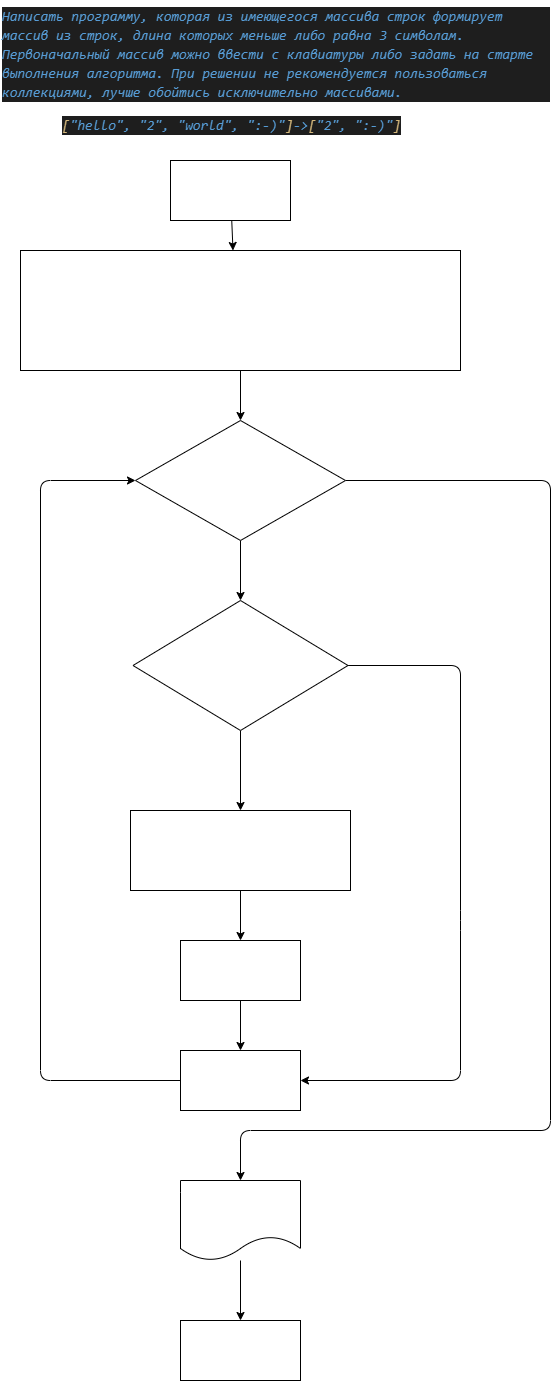
Before: Final_Test_Work/Decision.drawio.png, a diagram exported from draw.io (katrin535/dotnet_homework). Source tidied: cells renumbered, new cells last; positions are measured from the earlier drawing's top-left corner, leaving out a move shared by most shapes.
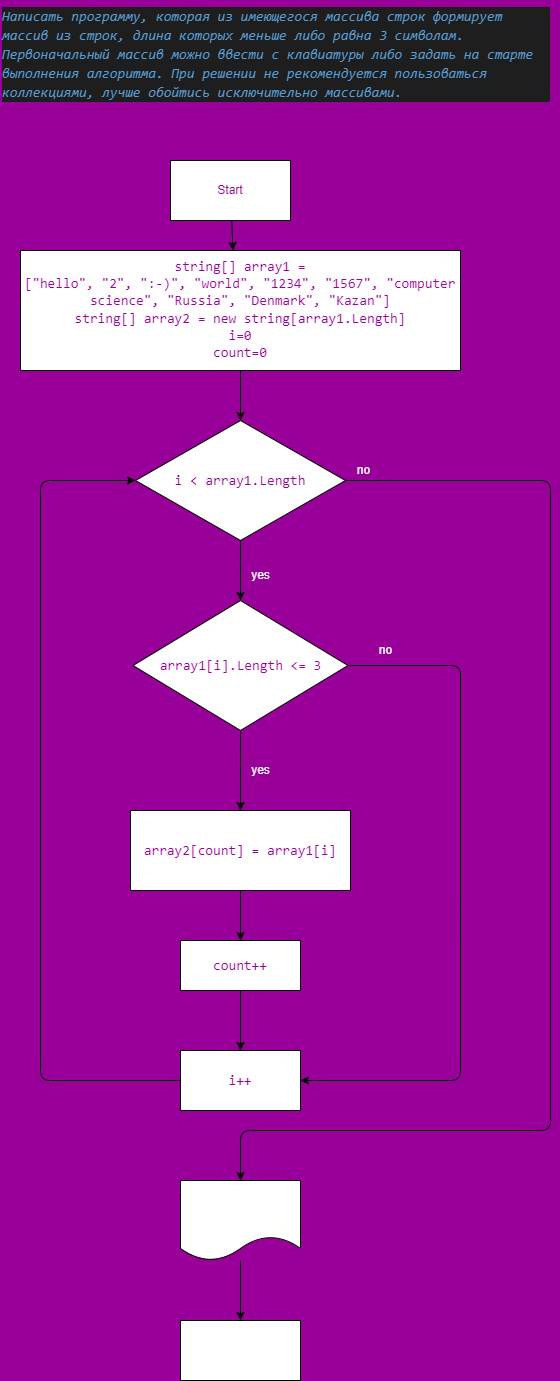
The same diagram one commit later.

Commit message:
Изменено оформление блок-схемы

Change to the diagram source:
```diff
@@ -1,25 +1,22 @@
-<mxGraphModel>
+<mxGraphModel background="#990099">
   <root>
     <mxCell id="0" />
     <mxCell id="1" parent="0" />
     <mxCell id="2" value="&lt;div style=&quot;color: rgb(212 , 212 , 212) ; background-color: rgb(30 , 30 , 30) ; font-family: &amp;#34;consolas&amp;#34; , &amp;#34;courier new&amp;#34; , monospace ; font-weight: normal ; font-size: 14px ; line-height: 19px&quot;&gt;&lt;div&gt;&lt;span style=&quot;color: #569cd6 ; font-style: italic&quot;&gt;Написать программу, которая из имеющегося массива строк формирует массив из строк, длина которых меньше либо равна 3 символам. Первоначальный массив можно ввести с клавиатуры либо задать на старте выполнения алгоритма. При решении не рекомендуется пользоваться коллекциями, лучше обойтись исключительно массивами.&lt;/span&gt;&lt;/div&gt;&lt;/div&gt;" style="text;whiteSpace=wrap;html=1;" parent="1" vertex="1">
       <mxGeometry width="550" height="110" as="geometry" />
     </mxCell>
-    <mxCell id="3" value="&lt;br&gt;&lt;br&gt;&lt;div style=&quot;color: rgb(212 , 212 , 212) ; background-color: rgb(30 , 30 , 30) ; font-family: &amp;#34;consolas&amp;#34; , &amp;#34;courier new&amp;#34; , monospace ; font-weight: normal ; font-size: 14px ; line-height: 19px&quot;&gt;&lt;div&gt;&lt;span style=&quot;color: #d7ba7d ; font-style: italic&quot;&gt;[&lt;/span&gt;&lt;span style=&quot;color: #569cd6 ; font-style: italic&quot;&gt;&quot;hello&quot;, &quot;2&quot;, &quot;world&quot;, &quot;:-)&quot;&lt;/span&gt;&lt;span style=&quot;color: #d7ba7d ; font-style: italic&quot;&gt;]&lt;/span&gt;&lt;span style=&quot;color: #569cd6 ; font-style: italic&quot;&gt;-&amp;gt;&lt;/span&gt;&lt;span style=&quot;color: #d7ba7d ; font-style: italic&quot;&gt;[&lt;/span&gt;&lt;span style=&quot;color: #569cd6 ; font-style: italic&quot;&gt;&quot;2&quot;, &quot;:-)&quot;&lt;/span&gt;&lt;span style=&quot;color: #d7ba7d ; font-style: italic&quot;&gt;]&lt;/span&gt;&lt;/div&gt;&lt;/div&gt;&lt;br&gt;" style="text;whiteSpace=wrap;html=1;" parent="1" vertex="1">
-      <mxGeometry x="60" y="80" width="400" height="30" as="geometry" />
-    </mxCell>
     <mxCell id="4" style="edgeStyle=none;html=1;" parent="1" edge="1" source="5">
       <mxGeometry relative="1" as="geometry">
         <mxPoint x="232.5" y="250" as="targetPoint" />
       </mxGeometry>
     </mxCell>
-    <mxCell id="5" value="&lt;font color=&quot;#ffffff&quot;&gt;Start&lt;/font&gt;" style="rounded=0;whiteSpace=wrap;html=1;" parent="1" vertex="1">
+    <mxCell id="5" value="&lt;font color=&quot;#990099&quot;&gt;Start&lt;/font&gt;" style="rounded=0;whiteSpace=wrap;html=1;" parent="1" vertex="1">
       <mxGeometry x="170" y="160" width="120" height="60" as="geometry" />
     </mxCell>
     <mxCell id="6" style="edgeStyle=none;html=1;fontColor=#D4D4D4;" parent="1" edge="1" source="7" target="10">
       <mxGeometry relative="1" as="geometry" />
     </mxCell>
-    <mxCell id="7" value="&lt;font color=&quot;#ffffff&quot;&gt;&lt;span style=&quot;font-family: &amp;#34;consolas&amp;#34; , &amp;#34;courier new&amp;#34; , monospace ; font-size: 14px&quot;&gt;string[] array1 =[&lt;/span&gt;&lt;span style=&quot;font-family: &amp;#34;consolas&amp;#34; , &amp;#34;courier new&amp;#34; , monospace ; font-size: 14px&quot;&gt;&quot;hello&quot;&lt;/span&gt;&lt;span style=&quot;font-family: &amp;#34;consolas&amp;#34; , &amp;#34;courier new&amp;#34; , monospace ; font-size: 14px&quot;&gt;,&amp;nbsp;&lt;/span&gt;&lt;span style=&quot;font-family: &amp;#34;consolas&amp;#34; , &amp;#34;courier new&amp;#34; , monospace ; font-size: 14px&quot;&gt;&quot;2&quot;&lt;/span&gt;&lt;span style=&quot;font-family: &amp;#34;consolas&amp;#34; , &amp;#34;courier new&amp;#34; , monospace ; font-size: 14px&quot;&gt;,&amp;nbsp;&lt;/span&gt;&lt;span style=&quot;font-family: &amp;#34;consolas&amp;#34; , &amp;#34;courier new&amp;#34; , monospace ; font-size: 14px&quot;&gt;&quot;:-)&quot;&lt;/span&gt;&lt;span style=&quot;font-family: &amp;#34;consolas&amp;#34; , &amp;#34;courier new&amp;#34; , monospace ; font-size: 14px&quot;&gt;,&amp;nbsp;&lt;/span&gt;&lt;span style=&quot;font-family: &amp;#34;consolas&amp;#34; , &amp;#34;courier new&amp;#34; , monospace ; font-size: 14px&quot;&gt;&quot;world&quot;&lt;/span&gt;&lt;span style=&quot;font-family: &amp;#34;consolas&amp;#34; , &amp;#34;courier new&amp;#34; , monospace ; font-size: 14px&quot;&gt;,&amp;nbsp;&lt;/span&gt;&lt;span style=&quot;font-family: &amp;#34;consolas&amp;#34; , &amp;#34;courier new&amp;#34; , monospace ; font-size: 14px&quot;&gt;&quot;1234&quot;&lt;/span&gt;&lt;span style=&quot;font-family: &amp;#34;consolas&amp;#34; , &amp;#34;courier new&amp;#34; , monospace ; font-size: 14px&quot;&gt;,&amp;nbsp;&lt;/span&gt;&lt;span style=&quot;font-family: &amp;#34;consolas&amp;#34; , &amp;#34;courier new&amp;#34; , monospace ; font-size: 14px&quot;&gt;&quot;1567&quot;&lt;/span&gt;&lt;span style=&quot;font-family: &amp;#34;consolas&amp;#34; , &amp;#34;courier new&amp;#34; , monospace ; font-size: 14px&quot;&gt;,&amp;nbsp;&lt;/span&gt;&lt;span style=&quot;font-family: &amp;#34;consolas&amp;#34; , &amp;#34;courier new&amp;#34; , monospace ; font-size: 14px&quot;&gt;&quot;computer science&quot;&lt;/span&gt;&lt;span style=&quot;font-family: &amp;#34;consolas&amp;#34; , &amp;#34;courier new&amp;#34; , monospace ; font-size: 14px&quot;&gt;,&amp;nbsp;&lt;/span&gt;&lt;span style=&quot;font-family: &amp;#34;consolas&amp;#34; , &amp;#34;courier new&amp;#34; , monospace ; font-size: 14px&quot;&gt;&quot;Russia&quot;&lt;/span&gt;&lt;span style=&quot;font-family: &amp;#34;consolas&amp;#34; , &amp;#34;courier new&amp;#34; , monospace ; font-size: 14px&quot;&gt;,&amp;nbsp;&lt;/span&gt;&lt;span style=&quot;font-family: &amp;#34;consolas&amp;#34; , &amp;#34;courier new&amp;#34; , monospace ; font-size: 14px&quot;&gt;&quot;Denmark&quot;&lt;/span&gt;&lt;span style=&quot;font-family: &amp;#34;consolas&amp;#34; , &amp;#34;courier new&amp;#34; , monospace ; font-size: 14px&quot;&gt;,&amp;nbsp;&lt;/span&gt;&lt;span style=&quot;font-family: &amp;#34;consolas&amp;#34; , &amp;#34;courier new&amp;#34; , monospace ; font-size: 14px&quot;&gt;&quot;Kazan&quot;]&lt;br&gt;&lt;/span&gt;&lt;/font&gt;&lt;div style=&quot;font-family: &amp;#34;consolas&amp;#34; , &amp;#34;courier new&amp;#34; , monospace ; font-size: 14px ; line-height: 19px&quot;&gt;&lt;font color=&quot;#ffffff&quot;&gt;string[] array2 = new string[array1.Length]&lt;/font&gt;&lt;/div&gt;&lt;span style=&quot;font-family: &amp;#34;consolas&amp;#34; , &amp;#34;courier new&amp;#34; , monospace ; font-size: 14px&quot;&gt;&lt;font color=&quot;#ffffff&quot;&gt;i=0&lt;br&gt;count=0&lt;/font&gt;&lt;br&gt;&lt;/span&gt;" style="rounded=0;whiteSpace=wrap;html=1;labelBackgroundColor=none;fontColor=#D4D4D4;strokeColor=default;fillColor=default;gradientColor=none;" parent="1" vertex="1">
+    <mxCell id="7" value="&lt;font color=&quot;#990099&quot;&gt;&lt;span style=&quot;font-family: &amp;#34;consolas&amp;#34; , &amp;#34;courier new&amp;#34; , monospace ; font-size: 14px&quot;&gt;string[] array1 =[&lt;/span&gt;&lt;span style=&quot;font-family: &amp;#34;consolas&amp;#34; , &amp;#34;courier new&amp;#34; , monospace ; font-size: 14px&quot;&gt;&quot;hello&quot;&lt;/span&gt;&lt;span style=&quot;font-family: &amp;#34;consolas&amp;#34; , &amp;#34;courier new&amp;#34; , monospace ; font-size: 14px&quot;&gt;,&amp;nbsp;&lt;/span&gt;&lt;span style=&quot;font-family: &amp;#34;consolas&amp;#34; , &amp;#34;courier new&amp;#34; , monospace ; font-size: 14px&quot;&gt;&quot;2&quot;&lt;/span&gt;&lt;span style=&quot;font-family: &amp;#34;consolas&amp;#34; , &amp;#34;courier new&amp;#34; , monospace ; font-size: 14px&quot;&gt;,&amp;nbsp;&lt;/span&gt;&lt;span style=&quot;font-family: &amp;#34;consolas&amp;#34; , &amp;#34;courier new&amp;#34; , monospace ; font-size: 14px&quot;&gt;&quot;:-)&quot;&lt;/span&gt;&lt;span style=&quot;font-family: &amp;#34;consolas&amp;#34; , &amp;#34;courier new&amp;#34; , monospace ; font-size: 14px&quot;&gt;,&amp;nbsp;&lt;/span&gt;&lt;span style=&quot;font-family: &amp;#34;consolas&amp;#34; , &amp;#34;courier new&amp;#34; , monospace ; font-size: 14px&quot;&gt;&quot;world&quot;&lt;/span&gt;&lt;span style=&quot;font-family: &amp;#34;consolas&amp;#34; , &amp;#34;courier new&amp;#34; , monospace ; font-size: 14px&quot;&gt;,&amp;nbsp;&lt;/span&gt;&lt;span style=&quot;font-family: &amp;#34;consolas&amp;#34; , &amp;#34;courier new&amp;#34; , monospace ; font-size: 14px&quot;&gt;&quot;1234&quot;&lt;/span&gt;&lt;span style=&quot;font-family: &amp;#34;consolas&amp;#34; , &amp;#34;courier new&amp;#34; , monospace ; font-size: 14px&quot;&gt;,&amp;nbsp;&lt;/span&gt;&lt;span style=&quot;font-family: &amp;#34;consolas&amp;#34; , &amp;#34;courier new&amp;#34; , monospace ; font-size: 14px&quot;&gt;&quot;1567&quot;&lt;/span&gt;&lt;span style=&quot;font-family: &amp;#34;consolas&amp;#34; , &amp;#34;courier new&amp;#34; , monospace ; font-size: 14px&quot;&gt;,&amp;nbsp;&lt;/span&gt;&lt;span style=&quot;font-family: &amp;#34;consolas&amp;#34; , &amp;#34;courier new&amp;#34; , monospace ; font-size: 14px&quot;&gt;&quot;computer science&quot;&lt;/span&gt;&lt;span style=&quot;font-family: &amp;#34;consolas&amp;#34; , &amp;#34;courier new&amp;#34; , monospace ; font-size: 14px&quot;&gt;,&amp;nbsp;&lt;/span&gt;&lt;span style=&quot;font-family: &amp;#34;consolas&amp;#34; , &amp;#34;courier new&amp;#34; , monospace ; font-size: 14px&quot;&gt;&quot;Russia&quot;&lt;/span&gt;&lt;span style=&quot;font-family: &amp;#34;consolas&amp;#34; , &amp;#34;courier new&amp;#34; , monospace ; font-size: 14px&quot;&gt;,&amp;nbsp;&lt;/span&gt;&lt;span style=&quot;font-family: &amp;#34;consolas&amp;#34; , &amp;#34;courier new&amp;#34; , monospace ; font-size: 14px&quot;&gt;&quot;Denmark&quot;&lt;/span&gt;&lt;span style=&quot;font-family: &amp;#34;consolas&amp;#34; , &amp;#34;courier new&amp;#34; , monospace ; font-size: 14px&quot;&gt;,&amp;nbsp;&lt;/span&gt;&lt;span style=&quot;font-family: &amp;#34;consolas&amp;#34; , &amp;#34;courier new&amp;#34; , monospace ; font-size: 14px&quot;&gt;&quot;Kazan&quot;]&lt;br&gt;&lt;/span&gt;&lt;/font&gt;&lt;div style=&quot;font-family: &amp;#34;consolas&amp;#34; , &amp;#34;courier new&amp;#34; , monospace ; font-size: 14px ; line-height: 19px&quot;&gt;&lt;font color=&quot;#990099&quot;&gt;string[] array2 = new string[array1.Length]&lt;/font&gt;&lt;/div&gt;&lt;span style=&quot;font-family: &amp;#34;consolas&amp;#34; , &amp;#34;courier new&amp;#34; , monospace ; font-size: 14px&quot;&gt;&lt;font color=&quot;#990099&quot;&gt;i=0&lt;br&gt;count=0&lt;/font&gt;&lt;br&gt;&lt;/span&gt;" style="rounded=0;whiteSpace=wrap;html=1;labelBackgroundColor=none;fontColor=#D4D4D4;strokeColor=default;fillColor=default;gradientColor=none;" parent="1" vertex="1">
       <mxGeometry x="20" y="250" width="440" height="120" as="geometry" />
     </mxCell>
     <mxCell id="8" style="edgeStyle=none;html=1;fontColor=#FFFFFF;" parent="1" edge="1" source="10" target="13">
@@ -34,7 +31,7 @@
         </Array>
       </mxGeometry>
     </mxCell>
-    <mxCell id="10" value="&lt;div style=&quot;font-family: &amp;#34;consolas&amp;#34; , &amp;#34;courier new&amp;#34; , monospace ; font-size: 14px ; line-height: 19px&quot;&gt;&lt;font color=&quot;#ffffff&quot;&gt;i &amp;lt; array1.Length&lt;/font&gt;&lt;/div&gt;" style="rhombus;whiteSpace=wrap;html=1;labelBackgroundColor=none;fontColor=#D4D4D4;strokeColor=default;fillColor=default;gradientColor=none;" parent="1" vertex="1">
+    <mxCell id="10" value="&lt;div style=&quot;font-family: &amp;#34;consolas&amp;#34; , &amp;#34;courier new&amp;#34; , monospace ; font-size: 14px ; line-height: 19px&quot;&gt;&lt;font color=&quot;#990099&quot;&gt;i &amp;lt; array1.Length&lt;/font&gt;&lt;/div&gt;" style="rhombus;whiteSpace=wrap;html=1;labelBackgroundColor=none;fontColor=#D4D4D4;strokeColor=default;fillColor=default;gradientColor=none;" parent="1" vertex="1">
       <mxGeometry x="135" y="420" width="210" height="120" as="geometry" />
     </mxCell>
     <mxCell id="11" style="edgeStyle=none;html=1;fontColor=#FFFFFF;" parent="1" edge="1" source="13" target="16">
@@ -49,7 +46,7 @@
         </Array>
       </mxGeometry>
     </mxCell>
-    <mxCell id="13" value="&lt;div style=&quot;font-family: &amp;#34;consolas&amp;#34; , &amp;#34;courier new&amp;#34; , monospace ; font-size: 14px ; line-height: 19px&quot;&gt;array1[i].Length &amp;lt;= 3&lt;/div&gt;" style="rhombus;whiteSpace=wrap;html=1;labelBackgroundColor=none;fontColor=#FFFFFF;strokeColor=default;fillColor=default;gradientColor=none;" parent="1" vertex="1">
+    <mxCell id="13" value="&lt;div style=&quot;font-family: &amp;#34;consolas&amp;#34; , &amp;#34;courier new&amp;#34; , monospace ; font-size: 14px ; line-height: 19px&quot;&gt;&lt;font color=&quot;#990099&quot;&gt;array1[i].Length &amp;lt;= 3&lt;/font&gt;&lt;/div&gt;" style="rhombus;whiteSpace=wrap;html=1;labelBackgroundColor=none;fontColor=#FFFFFF;strokeColor=default;fillColor=default;gradientColor=none;" parent="1" vertex="1">
       <mxGeometry x="132.5" y="600" width="215" height="130" as="geometry" />
     </mxCell>
     <mxCell id="14" value="yes" style="text;html=1;align=center;verticalAlign=middle;strokeColor=none;fillColor=none;fontColor=#FFFFFF;" parent="1" vertex="1">
@@ -58,7 +55,7 @@
     <mxCell id="15" style="edgeStyle=none;html=1;fontColor=#FFFFFF;" parent="1" edge="1" source="16" target="22">
       <mxGeometry relative="1" as="geometry" />
     </mxCell>
-    <mxCell id="16" value="&lt;div style=&quot;font-family: &amp;#34;consolas&amp;#34; , &amp;#34;courier new&amp;#34; , monospace ; font-size: 14px ; line-height: 19px&quot;&gt;array2[count] = array1[i]&lt;/div&gt;" style="rounded=0;whiteSpace=wrap;html=1;labelBackgroundColor=none;fontColor=#FFFFFF;strokeColor=default;fillColor=default;gradientColor=none;" parent="1" vertex="1">
+    <mxCell id="16" value="&lt;div style=&quot;font-family: &amp;#34;consolas&amp;#34; , &amp;#34;courier new&amp;#34; , monospace ; font-size: 14px ; line-height: 19px&quot;&gt;&lt;font color=&quot;#990099&quot;&gt;array2[count] = array1[i]&lt;/font&gt;&lt;/div&gt;" style="rounded=0;whiteSpace=wrap;html=1;labelBackgroundColor=none;fontColor=#FFFFFF;strokeColor=default;fillColor=default;gradientColor=none;" parent="1" vertex="1">
       <mxGeometry x="130" y="810" width="220" height="80" as="geometry" />
     </mxCell>
     <mxCell id="17" value="yes" style="text;html=1;align=center;verticalAlign=middle;strokeColor=none;fillColor=none;fontColor=#FFFFFF;" parent="1" vertex="1">
@@ -72,7 +69,7 @@
         </Array>
       </mxGeometry>
     </mxCell>
-    <mxCell id="19" value="&lt;div style=&quot;font-family: &amp;#34;consolas&amp;#34; , &amp;#34;courier new&amp;#34; , monospace ; font-size: 14px ; line-height: 19px&quot;&gt;&lt;span&gt;i++&lt;/span&gt;&lt;br&gt;&lt;/div&gt;" style="rounded=0;whiteSpace=wrap;html=1;labelBackgroundColor=none;fontColor=#FFFFFF;strokeColor=default;fillColor=default;gradientColor=none;" parent="1" vertex="1">
+    <mxCell id="19" value="&lt;div style=&quot;font-family: &amp;#34;consolas&amp;#34; , &amp;#34;courier new&amp;#34; , monospace ; font-size: 14px ; line-height: 19px&quot;&gt;&lt;span&gt;&lt;font color=&quot;#990099&quot;&gt;i++&lt;/font&gt;&lt;/span&gt;&lt;br&gt;&lt;/div&gt;" style="rounded=0;whiteSpace=wrap;html=1;labelBackgroundColor=none;fontColor=#FFFFFF;strokeColor=default;fillColor=default;gradientColor=none;" parent="1" vertex="1">
       <mxGeometry x="180" y="1050" width="120" height="60" as="geometry" />
     </mxCell>
     <mxCell id="20" value="no" style="text;html=1;align=center;verticalAlign=middle;strokeColor=none;fillColor=none;fontColor=#FFFFFF;" parent="1" vertex="1">
@@ -81,8 +78,8 @@
     <mxCell id="21" style="edgeStyle=none;html=1;fontColor=#FFFFFF;" parent="1" edge="1" source="22" target="19">
       <mxGeometry relative="1" as="geometry" />
     </mxCell>
-    <mxCell id="22" value="&lt;div style=&quot;font-family: &amp;#34;consolas&amp;#34; , &amp;#34;courier new&amp;#34; , monospace ; font-size: 14px ; line-height: 19px&quot;&gt;count++&lt;/div&gt;&lt;div style=&quot;font-family: &amp;#34;consolas&amp;#34; , &amp;#34;courier new&amp;#34; , monospace ; font-size: 14px ; line-height: 19px&quot;&gt;&lt;br&gt;&lt;/div&gt;" style="rounded=0;whiteSpace=wrap;html=1;labelBackgroundColor=none;fontColor=#FFFFFF;strokeColor=default;fillColor=default;gradientColor=none;" parent="1" vertex="1">
-      <mxGeometry x="180" y="940" width="120" height="60" as="geometry" />
+    <mxCell id="22" value="&lt;div style=&quot;font-family: &amp;#34;consolas&amp;#34; , &amp;#34;courier new&amp;#34; , monospace ; font-size: 14px ; line-height: 19px&quot;&gt;&lt;font color=&quot;#990099&quot;&gt;count++&lt;/font&gt;&lt;/div&gt;" style="rounded=0;whiteSpace=wrap;html=1;labelBackgroundColor=none;fontColor=#FFFFFF;strokeColor=default;fillColor=default;gradientColor=none;" parent="1" vertex="1">
+      <mxGeometry x="180" y="940" width="120" height="50" as="geometry" />
     </mxCell>
     <mxCell id="23" style="edgeStyle=none;html=1;fontColor=#FFFFFF;" parent="1" edge="1" source="24" target="26">
       <mxGeometry relative="1" as="geometry" />
```
